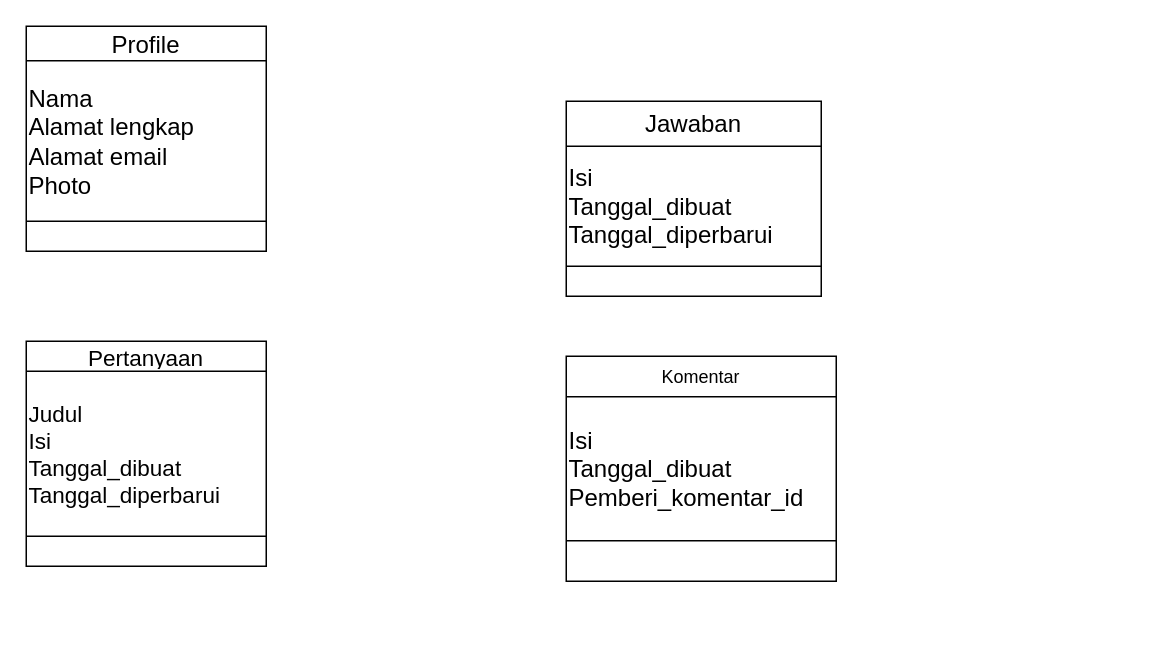
Above: Untitled Diagram.drawio in Ignatius-code/MySQL (draw.io), before the change. Source tidied: cells renumbered, new cells numbered last; positions are measured from the earlier drawing's top-left corner, leaving out a move shared by most shapes. Both pictures are drawn from the tidied source at 150%, with x=0, y=0 at pixel (26, 26).
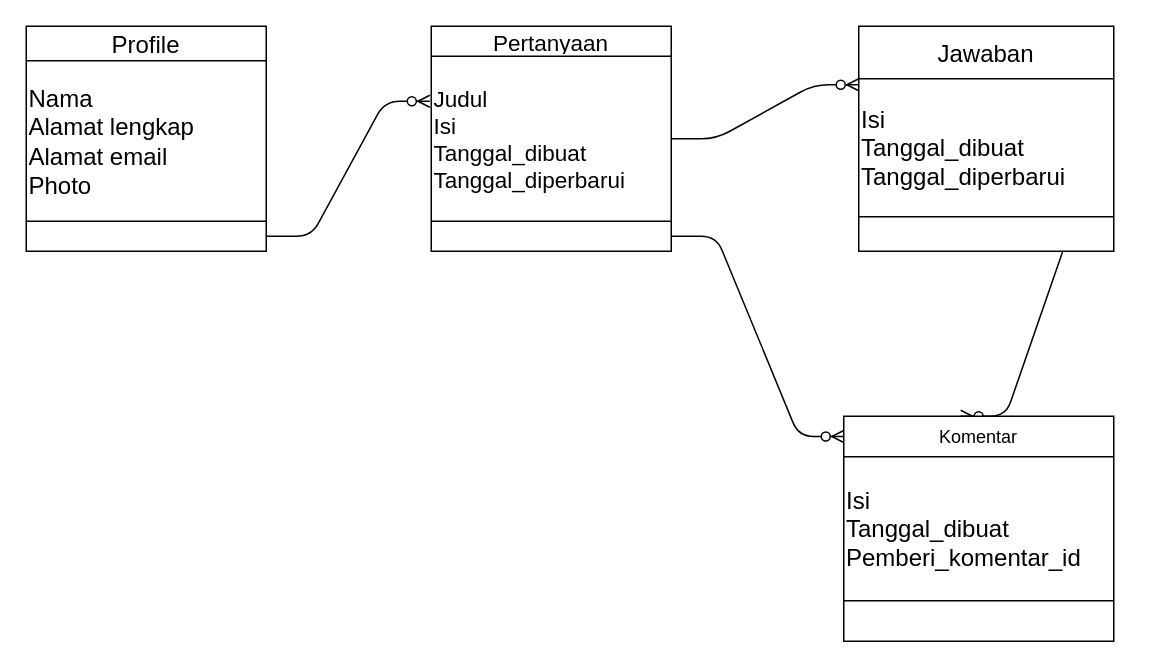
The same diagram, later.

The change refers to these unchanged cells:
```xml
<mxCell id="12" style="shape=partialRectangle;html=1;whiteSpace=wrap;fillColor=none;top=0;left=0;bottom=0;right=0;points=[[0,0.5],[1,0.5]];portConstraint=eastwest;" parent="9" vertex="1">
  <mxGeometry y="20" width="160" height="110" as="geometry" />
</mxCell>
<mxCell id="14" style="shape=partialRectangle;html=1;whiteSpace=wrap;fillColor=none;top=0;left=0;bottom=0;right=0;points=[[0,0.5],[1,0.5]];portConstraint=eastwest;" parent="9" vertex="1">
  <mxGeometry y="130" width="160" height="20" as="geometry" />
</mxCell>
<mxCell id="24" style="shape=partialRectangle;html=1;whiteSpace=wrap;fillColor=none;top=0;left=0;bottom=0;right=0;points=[[0,0.5],[1,0.5]];portConstraint=eastwest;" parent="23" vertex="1">
  <mxGeometry width="180" height="27" as="geometry" />
</mxCell>
```

Change to the diagram source:
```diff
@@
+    <mxCell id="30" style="edgeStyle=entityRelationEdgeStyle;fontSize=12;html=1;endArrow=ERzeroToMany;endFill=1;entryX=-0.006;entryY=0.273;entryDx=0;entryDy=0;entryPerimeter=0;" parent="1" edge="1" target="12">
+      <mxGeometry relative="1" as="geometry">
+        <mxPoint x="160" y="140" as="sourcePoint" />
+      </mxGeometry>
+    </mxCell>
     <mxCell id="9" style="shape=table;html=1;whiteSpace=wrap;startSize=0;childLayout=tableLayout;fontSize=13;" parent="1" vertex="1">
-      <mxGeometry y="210" width="160" height="150" as="geometry" />
+      <mxGeometry x="270" width="160" height="150" as="geometry" />
     </mxCell>
@@
+    <mxCell id="31" style="edgeStyle=entityRelationEdgeStyle;fontSize=12;html=1;endArrow=ERzeroToMany;endFill=1;exitX=1;exitY=0.5;exitDx=0;exitDy=0;" parent="1" edge="1" source="12">
+      <mxGeometry relative="1" as="geometry">
+        <mxPoint x="555" y="39" as="targetPoint" />
+      </mxGeometry>
+    </mxCell>
+    <mxCell id="32" style="edgeStyle=entityRelationEdgeStyle;fontSize=12;html=1;endArrow=ERzeroToMany;endFill=1;exitX=1;exitY=0.5;exitDx=0;exitDy=0;entryX=0.433;entryY=0;entryDx=0;entryDy=0;entryPerimeter=0;" parent="1" edge="1" source="21" target="24">
+      <mxGeometry relative="1" as="geometry" />
+    </mxCell>
     <mxCell id="16" style="shape=table;html=1;whiteSpace=wrap;startSize=0;childLayout=tableLayout;" parent="1" vertex="1">
-      <mxGeometry x="360" y="50" width="170" height="130" as="geometry" />
+      <mxGeometry x="555" width="170" height="150" as="geometry" />
     </mxCell>
     <mxCell id="17" style="shape=partialRectangle;html=1;whiteSpace=wrap;fillColor=none;top=0;left=0;bottom=0;right=0;" parent="16" vertex="1">
-      <mxGeometry width="170" height="30" as="geometry" />
+      <mxGeometry width="170" height="35" as="geometry" />
     </mxCell>
     <mxCell id="18" value="&lt;font style=&quot;font-size: 16px&quot;&gt;Jawaban&lt;/font&gt;" style="shape=partialRectangle;html=1;whiteSpace=wrap;overflow=hidden;fillColor=none;top=0;left=0;bottom=0;right=0;" parent="17" vertex="1">
-      <mxGeometry width="170" height="30" as="geometry" />
+      <mxGeometry width="170" height="35" as="geometry" />
     </mxCell>
     <mxCell id="19" style="shape=partialRectangle;html=1;whiteSpace=wrap;fillColor=none;top=0;left=0;bottom=0;right=0;fontSize=16;" parent="16" vertex="1">
-      <mxGeometry y="30" width="170" height="80" as="geometry" />
+      <mxGeometry y="35" width="170" height="92" as="geometry" />
     </mxCell>
     <mxCell id="20" value="&lt;div style=&quot;font-size: 16px&quot;&gt;&lt;font style=&quot;font-size: 16px&quot;&gt;Isi&amp;nbsp;&lt;/font&gt;&lt;/div&gt;&lt;font style=&quot;font-size: 16px&quot;&gt;Tanggal_dibuat&lt;br&gt;&lt;/font&gt;&lt;div style=&quot;font-size: 16px&quot;&gt;&lt;font style=&quot;font-size: 16px&quot;&gt;Tanggal_diperbarui&lt;/font&gt;&lt;/div&gt;" style="shape=partialRectangle;html=1;whiteSpace=wrap;overflow=hidden;fillColor=none;top=0;left=0;bottom=0;right=0;align=left;" parent="19" vertex="1">
-      <mxGeometry width="170" height="80" as="geometry" />
+      <mxGeometry width="170" height="92" as="geometry" />
     </mxCell>
     <mxCell id="21" style="shape=partialRectangle;html=1;whiteSpace=wrap;fillColor=none;top=0;left=0;bottom=0;right=0;points=[[0,0.5],[1,0.5]];portConstraint=eastwest;" parent="16" vertex="1">
-      <mxGeometry y="110" width="170" height="20" as="geometry" />
+      <mxGeometry y="127" width="170" height="23" as="geometry" />
     </mxCell>
     <mxCell id="22" style="shape=partialRectangle;html=1;whiteSpace=wrap;overflow=hidden;fillColor=none;top=0;left=0;bottom=0;right=0;" parent="21" vertex="1">
-      <mxGeometry width="170" height="20" as="geometry" />
+      <mxGeometry width="170" height="23" as="geometry" />
     </mxCell>
     <mxCell id="23" style="shape=table;html=1;whiteSpace=wrap;startSize=0;childLayout=tableLayout;" parent="1" vertex="1">
-      <mxGeometry x="360" y="220" width="180" height="150" as="geometry" />
+      <mxGeometry x="545" y="260" width="180" height="150" as="geometry" />
     </mxCell>
@@
+    <mxCell id="33" style="edgeStyle=entityRelationEdgeStyle;fontSize=12;html=1;endArrow=ERzeroToMany;endFill=1;entryX=0;entryY=0.5;entryDx=0;entryDy=0;" parent="1" edge="1" source="14" target="24">
+      <mxGeometry relative="1" as="geometry" />
+    </mxCell>
```
